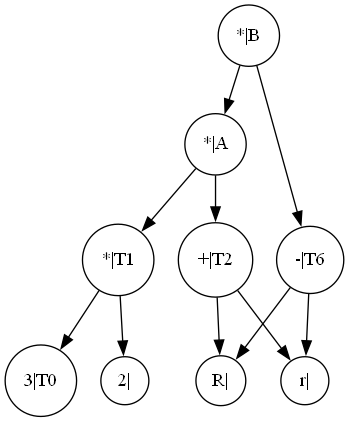
Before: DAG/visible.gv.png, a diagram exported from Graphviz (hutao99/compiler). Its source is kept beside it as DAG/visible.gv.
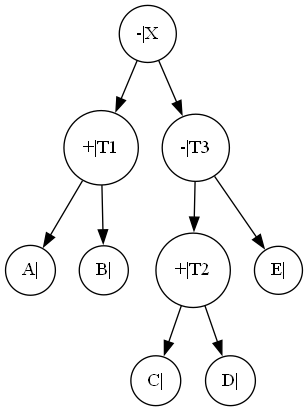
After the commit.

Commit message:
陈瑞：更新程序DAG界面 将DAG基本块流图嵌到界面 基本块划分及流图 程序以及基本块DAG优化

Change to the diagram source:
```diff
@@ -1,22 +1,20 @@
 digraph "./DAG/visible" {
 	node [color=black shape=circle size="20,5"]
-	1 [label="3|T0"]
-	2 [label="2|"]
-	3 [label="*|T1"]
-	4 [label="R|"]
-	5 [label="r|"]
+	1 [label="A|"]
+	2 [label="B|"]
+	3 [label="+|T1"]
+	4 [label="C|"]
+	5 [label="D|"]
 	6 [label="+|T2"]
-	7 [label="*|A"]
-	8 [label="-|T6"]
-	9 [label="*|B"]
+	7 [label="E|"]
+	8 [label="-|T3"]
+	9 [label="-|X"]
+	3 -> 2
 	3 -> 1
-	3 -> 2
 	6 -> 5
 	6 -> 4
-	7 -> 6
-	7 -> 3
-	8 -> 5
-	8 -> 4
+	8 -> 6
+	8 -> 7
 	9 -> 8
-	9 -> 7
+	9 -> 3
 }
```
